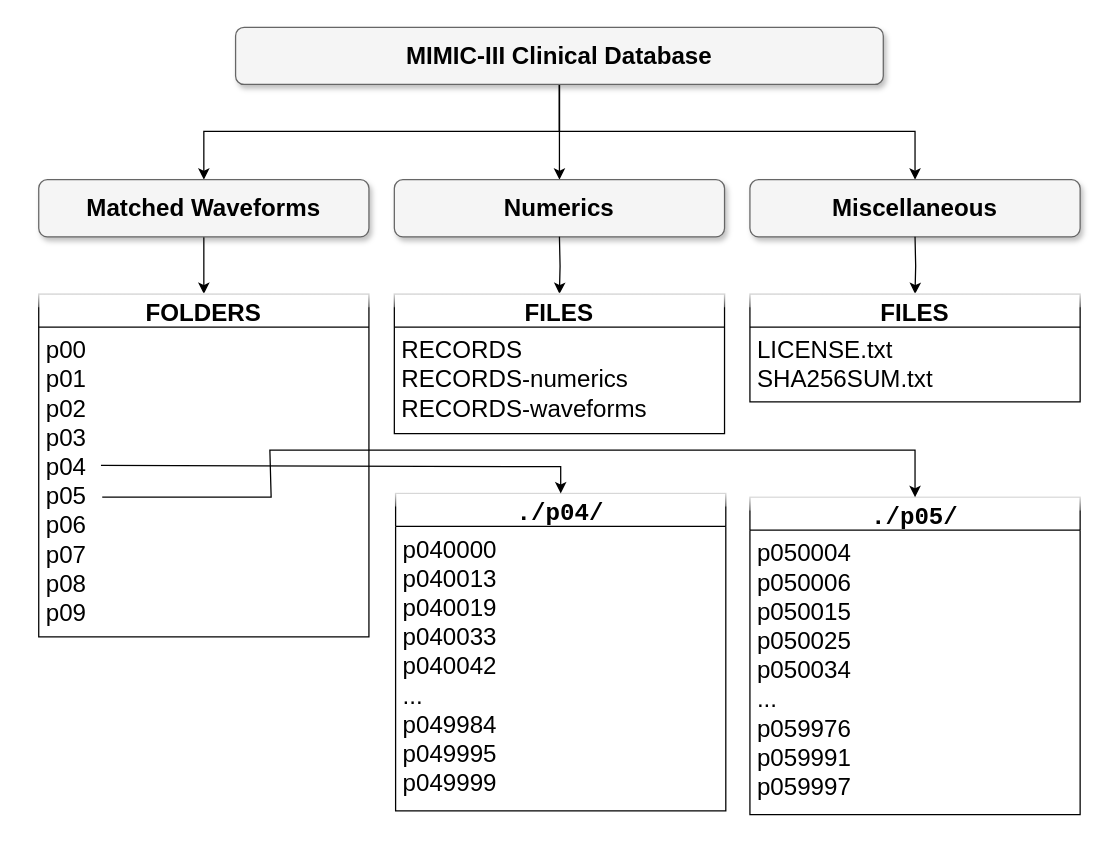
Before: matched_db.drawio in INll/fyp-graphs, a draw.io diagram. Source tidied: cells renumbered, new cells numbered last; positions are measured from the earlier drawing's top-left corner, leaving out a move shared by most shapes. Both pictures are drawn from the tidied source at 127%, with x=0, y=0 at pixel (38, 27).
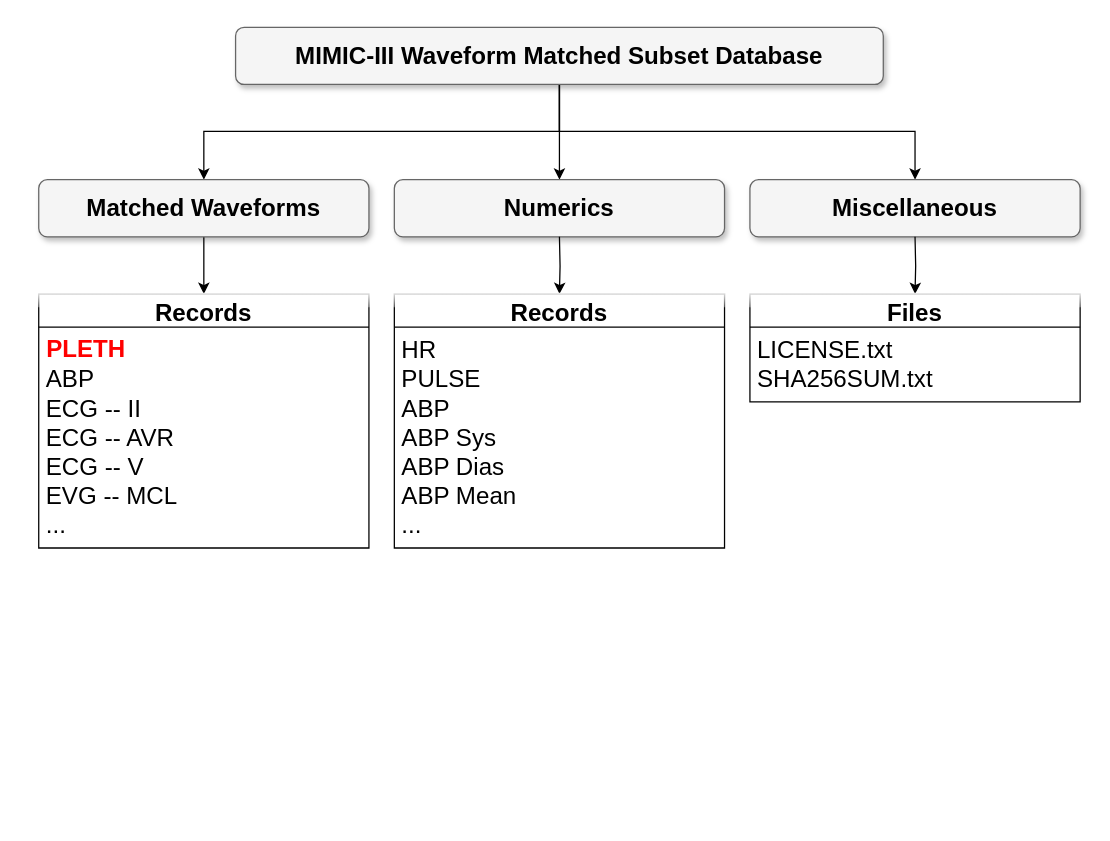
Above is the later version.

Change to the diagram source:
```diff
@@
-    <mxCell id="5" value="&lt;b&gt;&lt;font style=&quot;font-size: 19px;&quot;&gt;MIMIC-III Clinical Database&lt;/font&gt;&lt;/b&gt;" style="whiteSpace=wrap;html=1;rounded=1;shadow=1;strokeWidth=1;fontSize=16;align=center;fillColor=#f5f5f5;strokeColor=#666666;" parent="1" vertex="1">
+    <mxCell id="5" value="&lt;b&gt;&lt;font style=&quot;font-size: 19px;&quot;&gt;MIMIC-III Waveform Matched Subset Database&lt;/font&gt;&lt;/b&gt;" style="whiteSpace=wrap;html=1;rounded=1;shadow=1;strokeWidth=1;fontSize=16;align=center;fillColor=#f5f5f5;strokeColor=#666666;" parent="1" vertex="1">
       <mxGeometry x="155" width="510" height="45" as="geometry" />
     </mxCell>
@@
-    <mxCell id="10" value="FOLDERS" style="swimlane;fontStyle=1;horizontal=1;startSize=26;align=center;fontSize=19;glass=1;" parent="1" vertex="1">
-      <mxGeometry y="210" width="260" height="270" as="geometry" />
+    <mxCell id="10" value="Records" style="swimlane;fontStyle=1;horizontal=1;startSize=26;align=center;fontSize=19;glass=1;" parent="1" vertex="1">
+      <mxGeometry y="210" width="260" height="200" as="geometry" />
     </mxCell>
-    <mxCell id="11" value="p00&#10;p01&#10;p02&#10;p03&#10;p04&#10;p05&#10;p06&#10;p07&#10;p08&#10;p09" style="text;strokeColor=none;fillColor=none;spacingLeft=4;spacingRight=4;overflow=hidden;fontSize=19;glass=1;" parent="10" vertex="1">
-      <mxGeometry y="26" width="260" height="244" as="geometry" />
+    <mxCell id="11" value="&#10;ABP&#10;ECG -- II&#10;ECG -- AVR&#10;ECG -- V&#10;EVG -- MCL&#10;..." style="text;strokeColor=none;fillColor=none;spacingLeft=4;spacingRight=4;overflow=hidden;fontSize=19;glass=1;" parent="10" vertex="1">
+      <mxGeometry y="26" width="260" height="174" as="geometry" />
     </mxCell>
@@
-    <mxCell id="13" value="FILES" style="swimlane;fontStyle=1;horizontal=1;startSize=26;align=center;fontSize=19;glass=1;" parent="1" vertex="1">
-      <mxGeometry x="280" y="210" width="260" height="110" as="geometry" />
+    <mxCell id="13" value="Records" style="swimlane;fontStyle=1;horizontal=1;startSize=26;align=center;fontSize=19;glass=1;" parent="1" vertex="1">
+      <mxGeometry x="280" y="210" width="260" height="200" as="geometry" />
     </mxCell>
-    <mxCell id="14" value="RECORDS&#10;RECORDS-numerics&#10;RECORDS-waveforms" style="text;strokeColor=none;fillColor=none;spacingLeft=4;spacingRight=4;overflow=hidden;fontSize=19;glass=1;" parent="13" vertex="1">
-      <mxGeometry y="26" width="260" height="84" as="geometry" />
+    <mxCell id="14" value="HR&#10;PULSE&#10;ABP&#10;ABP Sys&#10;ABP Dias&#10;ABP Mean&#10;..." style="text;strokeColor=none;fillColor=none;spacingLeft=4;spacingRight=4;overflow=hidden;fontSize=19;glass=1;" parent="13" vertex="1">
+      <mxGeometry y="26" width="260" height="174" as="geometry" />
     </mxCell>
@@
-    <mxCell id="16" value="FILES" style="swimlane;fontStyle=1;horizontal=1;startSize=26;align=center;fontSize=19;glass=1;" parent="1" vertex="1">
+    <mxCell id="16" value="Files" style="swimlane;fontStyle=1;horizontal=1;startSize=26;align=center;fontSize=19;glass=1;" parent="1" vertex="1">
       <mxGeometry x="560" y="210" width="260" height="85" as="geometry" />
     </mxCell>
@@
-    <mxCell id="18" value="./p04/" style="swimlane;fontStyle=1;horizontal=1;startSize=26;align=center;fontSize=19;glass=1;fontFamily=Courier New;" parent="1" vertex="1">
-      <mxGeometry x="281" y="367" width="260" height="250" as="geometry" />
-    </mxCell>
-    <mxCell id="19" value="p040000&#10;p040013&#10;p040019&#10;p040033&#10;p040042&#10;...&#10;p049984&#10;p049995&#10;p049999" style="text;strokeColor=none;fillColor=none;spacingLeft=4;spacingRight=4;overflow=hidden;fontSize=19;glass=1;" parent="18" vertex="1">
-      <mxGeometry y="26" width="260" height="224" as="geometry" />
-    </mxCell>
-    <mxCell id="20" value="./p05/" style="swimlane;fontStyle=1;horizontal=1;startSize=26;align=center;fontSize=19;glass=1;fontFamily=Courier New;" parent="1" vertex="1">
-      <mxGeometry x="560" y="370" width="260" height="250" as="geometry" />
-    </mxCell>
-    <mxCell id="21" value="p050004&#10;p050006&#10;p050015&#10;p050025&#10;p050034&#10;...&#10;p059976&#10;p059991&#10;p059997" style="text;strokeColor=none;fillColor=none;spacingLeft=4;spacingRight=4;overflow=hidden;fontSize=19;glass=1;" parent="20" vertex="1">
-      <mxGeometry y="26" width="260" height="224" as="geometry" />
-    </mxCell>
-    <mxCell id="22" style="endArrow=classic;html=1;rounded=0;entryX=0.5;entryY=0;entryDx=0;entryDy=0;" parent="1" edge="1" target="18">
-      <mxGeometry relative="1" as="geometry">
-        <mxPoint x="49" y="345" as="sourcePoint" />
-        <Array as="points">
-          <mxPoint x="411" y="346" />
-        </Array>
-      </mxGeometry>
-    </mxCell>
-    <mxCell id="23" style="endArrow=classic;html=1;rounded=0;fontFamily=Courier New;fontSize=16;entryX=0.5;entryY=0;entryDx=0;entryDy=0;" parent="1" edge="1" target="20">
-      <mxGeometry relative="1" as="geometry">
-        <mxPoint x="50" y="370" as="sourcePoint" />
-        <Array as="points">
-          <mxPoint x="183" y="370" />
-          <mxPoint x="182" y="333" />
-          <mxPoint x="690" y="333" />
-        </Array>
-      </mxGeometry>
-    </mxCell>
+    <mxCell id="24" value="&lt;font color=&quot;#ff0000&quot; style=&quot;font-size: 19px;&quot; face=&quot;Helvetica&quot;&gt;PLETH&lt;/font&gt;" style="text;strokeColor=none;fillColor=none;html=1;fontSize=24;fontStyle=1;verticalAlign=middle;align=center;fontFamily=Courier New;" parent="1" vertex="1">
+      <mxGeometry x="-13" y="234" width="100" height="40" as="geometry" />
+    </mxCell>
```
